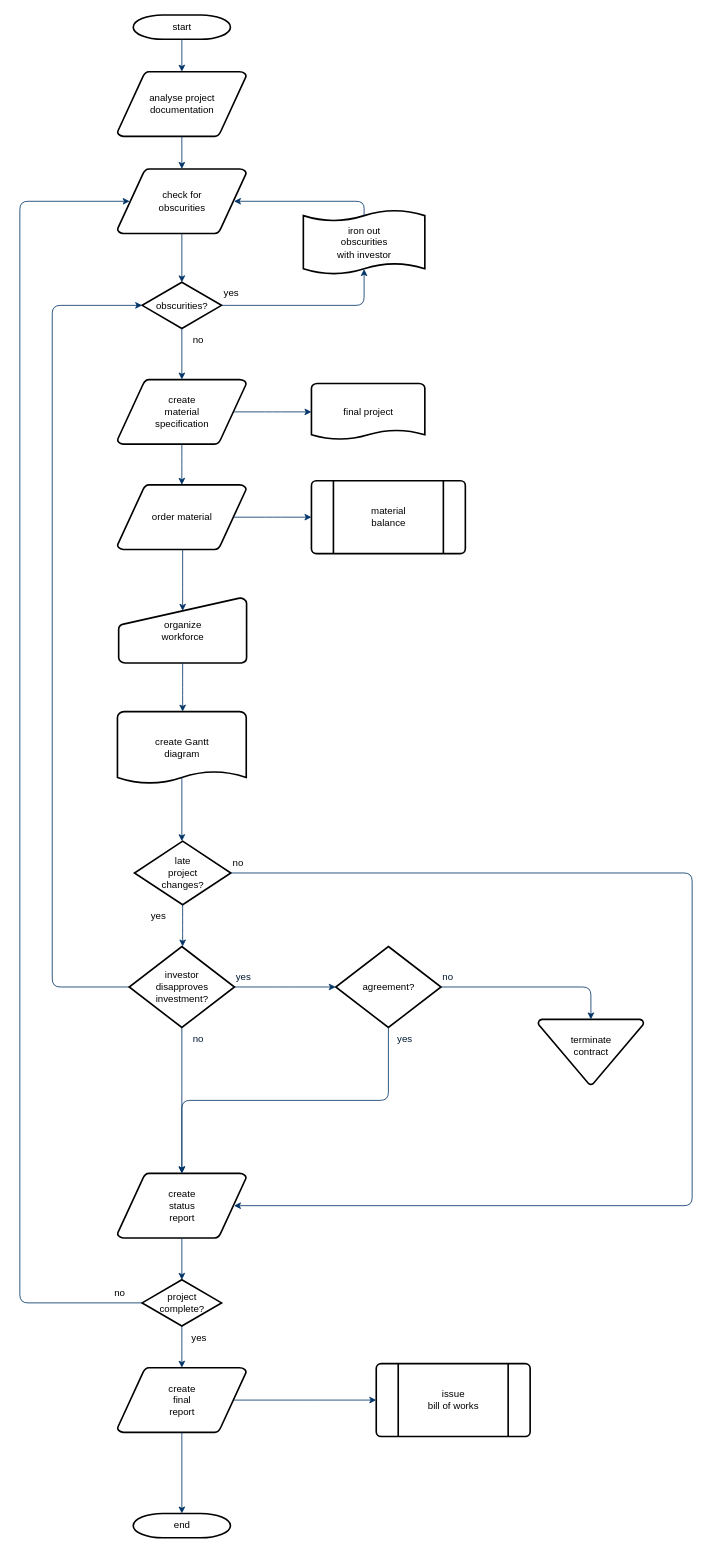
Above: flow_chart.drawio in SunYubo23/drawio (draw.io), before the change. Source tidied: cells renumbered, new cells numbered last; positions are measured from the earlier drawing's top-left corner, leaving out a move shared by most shapes. Both pictures are drawn from the tidied source at 81%, with x=0, y=0 at pixel (19, 15).
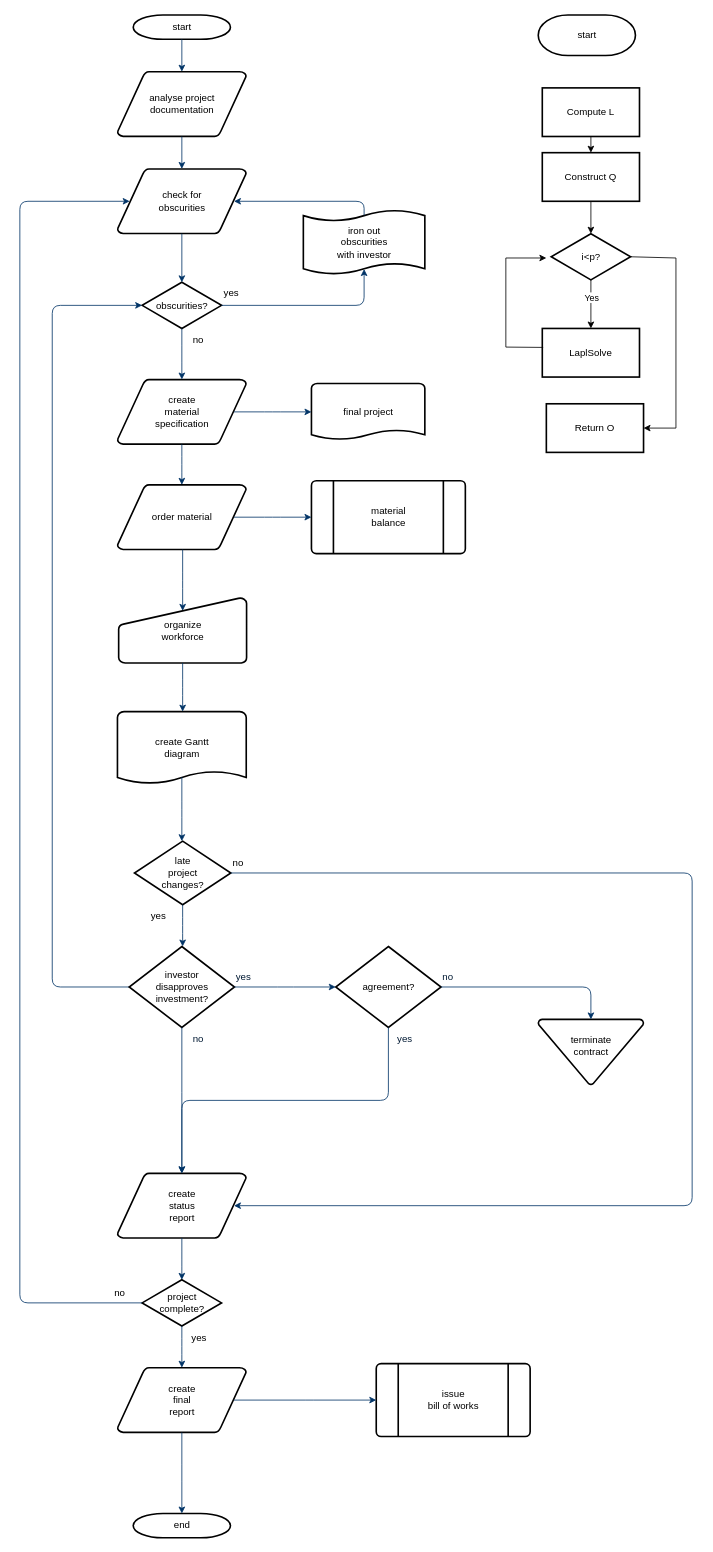
The same page after the edit.

Change to the diagram source:
```diff
@@
+    <mxCell id="56" value="start" style="shape=mxgraph.flowchart.terminator;strokeWidth=2;gradientColor=none;gradientDirection=north;fontStyle=0;html=1;" parent="1" vertex="1">
+      <mxGeometry x="640" width="120" height="50" as="geometry" />
+    </mxCell>
+    <mxCell id="57" style="edgeStyle=orthogonalEdgeStyle;rounded=0;jettySize=auto;html=1;exitX=0.5;exitY=1;exitDx=0;exitDy=0;entryX=0.5;entryY=0;entryDx=0;entryDy=0;" parent="1" edge="1" source="58" target="59">
+      <mxGeometry relative="1" as="geometry" />
+    </mxCell>
+    <mxCell id="58" value="Compute L" style="rounded=0;whiteSpace=wrap;html=1;strokeWidth=2;" parent="1" vertex="1">
+      <mxGeometry x="645" y="90" width="120" height="60" as="geometry" />
+    </mxCell>
+    <mxCell id="59" value="Construct Q" style="rounded=0;whiteSpace=wrap;html=1;strokeWidth=2;" parent="1" vertex="1">
+      <mxGeometry x="645" y="170" width="120" height="60" as="geometry" />
+    </mxCell>
+    <mxCell id="60" value="i&amp;lt;p?" style="shape=mxgraph.flowchart.decision;strokeWidth=2;gradientColor=none;gradientDirection=north;fontStyle=0;html=1;" parent="1" vertex="1">
+      <mxGeometry x="656" y="270" width="98" height="57" as="geometry" />
+    </mxCell>
+    <mxCell id="61" value="LaplSolve" style="rounded=0;whiteSpace=wrap;html=1;strokeWidth=2;" parent="1" vertex="1">
+      <mxGeometry x="645" y="387" width="120" height="60" as="geometry" />
+    </mxCell>
+    <mxCell id="62" style="edgeStyle=orthogonalEdgeStyle;rounded=0;jettySize=auto;html=1;exitX=0.5;exitY=1;exitDx=0;exitDy=0;exitPerimeter=0;entryX=0.5;entryY=0;entryDx=0;entryDy=0;" parent="1" edge="1" source="60" target="61">
+      <mxGeometry relative="1" as="geometry" />
+    </mxCell>
+    <mxCell id="63" value="Yes" style="edgeLabel;html=1;align=center;verticalAlign=middle;" parent="62" vertex="1">
+      <mxGeometry x="-0.29" relative="1" as="geometry" />
+    </mxCell>
+    <mxCell id="64" style="endArrow=classic;html=1;rounded=0;exitX=0.009;exitY=0.39;exitDx=0;exitDy=0;exitPerimeter=0;" parent="1" edge="1" source="61">
+      <mxGeometry relative="1" as="geometry">
+        <mxPoint x="650" y="300" as="targetPoint" />
+        <Array as="points">
+          <mxPoint x="600" y="410" />
+          <mxPoint x="600" y="300" />
+        </Array>
+      </mxGeometry>
+    </mxCell>
+    <mxCell id="65" style="edgeStyle=orthogonalEdgeStyle;rounded=0;jettySize=auto;html=1;exitX=0.5;exitY=1;exitDx=0;exitDy=0;entryX=0.5;entryY=0;entryDx=0;entryDy=0;entryPerimeter=0;" parent="1" edge="1" source="59" target="60">
+      <mxGeometry relative="1" as="geometry" />
+    </mxCell>
+    <mxCell id="66" style="endArrow=classic;html=1;rounded=0;exitX=1;exitY=0.5;exitDx=0;exitDy=0;exitPerimeter=0;entryX=1;entryY=0.5;entryDx=0;entryDy=0;" parent="1" edge="1" source="60" target="67">
+      <mxGeometry relative="1" as="geometry">
+        <Array as="points">
+          <mxPoint x="810" y="300" />
+          <mxPoint x="810" y="510" />
+        </Array>
+      </mxGeometry>
+    </mxCell>
+    <mxCell id="67" value="Return O" style="rounded=0;whiteSpace=wrap;html=1;strokeWidth=2;" parent="1" vertex="1">
+      <mxGeometry x="650" y="480" width="120" height="60" as="geometry" />
+    </mxCell>
```
